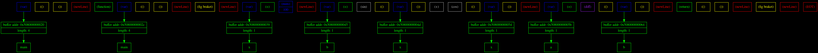
Earlier version of the Graphviz export png_files/tokensDotFile.dot.png (Matvey787/myProgLanguage). Its source is kept beside it as dot_files/tokensDotFile.dot.
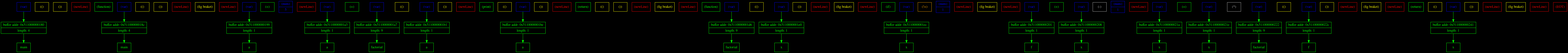
The same diagram one commit later.

Change to the diagram source:
```diff
@@ -18,71 +18,139 @@
 	token_10 [ shape=record, color = red, fontcolor = red, label = "{ (newLine) }" ];
 	token_11 [ shape=record, color = blue, fontcolor = blue, label = "{ (var) }" ];
 	token_12 [ shape=record, color = green, fontcolor = green, label = "{ (=) }" ];
-	token_13 [ shape=record, color = blue, fontcolor = blue, label = "{ (num) | 100 }" ];
+	token_13 [ shape=record, color = blue, fontcolor = blue, label = "{ (num) | 5 }" ];
 	token_14 [ shape=record, color = red, fontcolor = red, label = "{ (newLine) }" ];
 	token_15 [ shape=record, color = blue, fontcolor = blue, label = "{ (var) }" ];
 	token_16 [ shape=record, color = green, fontcolor = green, label = "{ (=) }" ];
-	token_17 [ shape=record, color = grey, fontcolor = grey, label = "{ (sin) }" ];
+	token_17 [ shape=record, color = blue, fontcolor = blue, label = "{ (var) }" ];
 	token_18 [ shape=record, color = yellow, fontcolor = yellow, label = "{ (() }" ];
 	token_19 [ shape=record, color = blue, fontcolor = blue, label = "{ (var) }" ];
 	token_20 [ shape=record, color = yellow, fontcolor = yellow, label = "{ ()) }" ];
-	token_21 [ shape=record, color = grey, fontcolor = grey, label = "{ (+) }" ];
-	token_22 [ shape=record, color = grey, fontcolor = grey, label = "{ (cos) }" ];
+	token_21 [ shape=record, color = red, fontcolor = red, label = "{ (newLine) }" ];
+	token_22 [ shape=record, color = green, fontcolor = green, label = "{ (print) }" ];
 	token_23 [ shape=record, color = yellow, fontcolor = yellow, label = "{ (() }" ];
 	token_24 [ shape=record, color = blue, fontcolor = blue, label = "{ (var) }" ];
 	token_25 [ shape=record, color = yellow, fontcolor = yellow, label = "{ ()) }" ];
 	token_26 [ shape=record, color = red, fontcolor = red, label = "{ (newLine) }" ];
-	token_27 [ shape=record, color = blue, fontcolor = blue, label = "{ (var) }" ];
-	token_28 [ shape=record, color = green, fontcolor = green, label = "{ (=) }" ];
-	token_29 [ shape=record, color = purple, fontcolor = purple, label = "{ (diff) }" ];
-	token_30 [ shape=record, color = yellow, fontcolor = yellow, label = "{ (() }" ];
-	token_31 [ shape=record, color = blue, fontcolor = blue, label = "{ (var) }" ];
-	token_32 [ shape=record, color = yellow, fontcolor = yellow, label = "{ ()) }" ];
-	token_33 [ shape=record, color = red, fontcolor = red, label = "{ (newLine) }" ];
-	token_34 [ shape=record, color = green, fontcolor = green, label = "{ (return) }" ];
+	token_27 [ shape=record, color = green, fontcolor = green, label = "{ (return) }" ];
+	token_28 [ shape=record, color = yellow, fontcolor = yellow, label = "{ (() }" ];
+	token_29 [ shape=record, color = yellow, fontcolor = yellow, label = "{ ()) }" ];
+	token_30 [ shape=record, color = red, fontcolor = red, label = "{ (newLine) }" ];
+	token_31 [ shape=record, color = yellow, fontcolor = yellow, label = "{ (fig braket) }" ];
+	token_32 [ shape=record, color = red, fontcolor = red, label = "{ (newLine) }" ];
+	token_33 [ shape=record, color = green, fontcolor = green, label = "{ (function) }" ];
+	token_34 [ shape=record, color = blue, fontcolor = blue, label = "{ (var) }" ];
 	token_35 [ shape=record, color = yellow, fontcolor = yellow, label = "{ (() }" ];
-	token_36 [ shape=record, color = yellow, fontcolor = yellow, label = "{ ()) }" ];
-	token_37 [ shape=record, color = red, fontcolor = red, label = "{ (newLine) }" ];
-	token_38 [ shape=record, color = yellow, fontcolor = yellow, label = "{ (fig braket) }" ];
-	token_39 [ shape=record, color = red, fontcolor = red, label = "{ (newLine) }" ];
-	token_40 [ shape=record, color = red, fontcolor = red, label = "{ (EOT) }" ];
+	token_36 [ shape=record, color = blue, fontcolor = blue, label = "{ (var) }" ];
+	token_37 [ shape=record, color = yellow, fontcolor = yellow, label = "{ ()) }" ];
+	token_38 [ shape=record, color = red, fontcolor = red, label = "{ (newLine) }" ];
+	token_39 [ shape=record, color = yellow, fontcolor = yellow, label = "{ (fig braket) }" ];
+	token_40 [ shape=record, color = red, fontcolor = red, label = "{ (newLine) }" ];
+	token_41 [ shape=record, color = green, fontcolor = green, label = "{ (if) }" ];
+	token_42 [ shape=record, color = blue, fontcolor = blue, label = "{ (var) }" ];
+	token_43 [ shape=record, color = orange, fontcolor = orange, label = "{ (!=) }" ];
+	token_44 [ shape=record, color = blue, fontcolor = blue, label = "{ (num) | 1 }" ];
+	token_45 [ shape=record, color = red, fontcolor = red, label = "{ (newLine) }" ];
+	token_46 [ shape=record, color = yellow, fontcolor = yellow, label = "{ (fig braket) }" ];
+	token_47 [ shape=record, color = red, fontcolor = red, label = "{ (newLine) }" ];
+	token_48 [ shape=record, color = blue, fontcolor = blue, label = "{ (var) }" ];
+	token_49 [ shape=record, color = green, fontcolor = green, label = "{ (=) }" ];
+	token_50 [ shape=record, color = blue, fontcolor = blue, label = "{ (var) }" ];
+	token_51 [ shape=record, color = grey, fontcolor = grey, label = "{ (-) }" ];
+	token_52 [ shape=record, color = blue, fontcolor = blue, label = "{ (num) | 1 }" ];
+	token_53 [ shape=record, color = red, fontcolor = red, label = "{ (newLine) }" ];
+	token_54 [ shape=record, color = blue, fontcolor = blue, label = "{ (var) }" ];
+	token_55 [ shape=record, color = green, fontcolor = green, label = "{ (=) }" ];
+	token_56 [ shape=record, color = blue, fontcolor = blue, label = "{ (var) }" ];
+	token_57 [ shape=record, color = grey, fontcolor = grey, label = "{ (*) }" ];
+	token_58 [ shape=record, color = blue, fontcolor = blue, label = "{ (var) }" ];
+	token_59 [ shape=record, color = yellow, fontcolor = yellow, label = "{ (() }" ];
+	token_60 [ shape=record, color = blue, fontcolor = blue, label = "{ (var) }" ];
+	token_61 [ shape=record, color = yellow, fontcolor = yellow, label = "{ ()) }" ];
+	token_62 [ shape=record, color = red, fontcolor = red, label = "{ (newLine) }" ];
+	token_63 [ shape=record, color = yellow, fontcolor = yellow, label = "{ (fig braket) }" ];
+	token_64 [ shape=record, color = red, fontcolor = red, label = "{ (newLine) }" ];
+	token_65 [ shape=record, color = green, fontcolor = green, label = "{ (return) }" ];
+	token_66 [ shape=record, color = yellow, fontcolor = yellow, label = "{ (() }" ];
+	token_67 [ shape=record, color = blue, fontcolor = blue, label = "{ (var) }" ];
+	token_68 [ shape=record, color = yellow, fontcolor = yellow, label = "{ ()) }" ];
+	token_69 [ shape=record, color = red, fontcolor = red, label = "{ (newLine) }" ];
+	token_70 [ shape=record, color = yellow, fontcolor = yellow, label = "{ (fig braket) }" ];
+	token_71 [ shape=record, color = red, fontcolor = red, label = "{ (newLine) }" ];
+	token_72 [ shape=record, color = red, fontcolor = red, label = "{ (EOT) }" ];
 }
 {
 	rank=same;
-	tableCell_0x508000000020 [ shape=record, color = green, fontcolor = green, label = "         { buffer addr: 0x508000000020 | length: 4 }" ];
-	tableCell_0x50800000002c [ shape=record, color = green, fontcolor = green, label = "         { buffer addr: 0x50800000002c | length: 4 }" ];
-	tableCell_0x508000000039 [ shape=record, color = green, fontcolor = green, label = "         { buffer addr: 0x508000000039 | length: 1 }" ];
-	tableCell_0x508000000045 [ shape=record, color = green, fontcolor = green, label = "         { buffer addr: 0x508000000045 | length: 1 }" ];
-	tableCell_0x50800000004d [ shape=record, color = green, fontcolor = green, label = "         { buffer addr: 0x50800000004d | length: 1 }" ];
-	tableCell_0x508000000054 [ shape=record, color = green, fontcolor = green, label = "         { buffer addr: 0x508000000054 | length: 1 }" ];
-	tableCell_0x50800000005b [ shape=record, color = green, fontcolor = green, label = "         { buffer addr: 0x50800000005b | length: 1 }" ];
-	tableCell_0x508000000064 [ shape=record, color = green, fontcolor = green, label = "         { buffer addr: 0x508000000064 | length: 1 }" ];
+	tableCell_0x511000000180 [ shape=record, color = green, fontcolor = green, label = "         { buffer addr: 0x511000000180 | length: 4 }" ];
+	tableCell_0x51100000018c [ shape=record, color = green, fontcolor = green, label = "         { buffer addr: 0x51100000018c | length: 4 }" ];
+	tableCell_0x511000000199 [ shape=record, color = green, fontcolor = green, label = "         { buffer addr: 0x511000000199 | length: 1 }" ];
+	tableCell_0x5110000001a3 [ shape=record, color = green, fontcolor = green, label = "         { buffer addr: 0x5110000001a3 | length: 1 }" ];
+	tableCell_0x5110000001a7 [ shape=record, color = green, fontcolor = green, label = "         { buffer addr: 0x5110000001a7 | length: 9 }" ];
+	tableCell_0x5110000001b1 [ shape=record, color = green, fontcolor = green, label = "         { buffer addr: 0x5110000001b1 | length: 1 }" ];
+	tableCell_0x5110000001be [ shape=record, color = green, fontcolor = green, label = "         { buffer addr: 0x5110000001be | length: 1 }" ];
+	tableCell_0x5110000001d6 [ shape=record, color = green, fontcolor = green, label = "         { buffer addr: 0x5110000001d6 | length: 9 }" ];
+	tableCell_0x5110000001e0 [ shape=record, color = green, fontcolor = green, label = "         { buffer addr: 0x5110000001e0 | length: 1 }" ];
+	tableCell_0x5110000001ec [ shape=record, color = green, fontcolor = green, label = "         { buffer addr: 0x5110000001ec | length: 1 }" ];
+	tableCell_0x511000000201 [ shape=record, color = green, fontcolor = green, label = "         { buffer addr: 0x511000000201 | length: 1 }" ];
+	tableCell_0x511000000208 [ shape=record, color = green, fontcolor = green, label = "         { buffer addr: 0x511000000208 | length: 1 }" ];
+	tableCell_0x51100000021a [ shape=record, color = green, fontcolor = green, label = "         { buffer addr: 0x51100000021a | length: 1 }" ];
+	tableCell_0x51100000021e [ shape=record, color = green, fontcolor = green, label = "         { buffer addr: 0x51100000021e | length: 1 }" ];
+	tableCell_0x511000000222 [ shape=record, color = green, fontcolor = green, label = "         { buffer addr: 0x511000000222 | length: 9 }" ];
+	tableCell_0x51100000022c [ shape=record, color = green, fontcolor = green, label = "         { buffer addr: 0x51100000022c | length: 1 }" ];
+	tableCell_0x511000000241 [ shape=record, color = green, fontcolor = green, label = "         { buffer addr: 0x511000000241 | length: 1 }" ];
 }
 {
 	rank=same;
-	openTableCell_0x508000000020 [ shape=record, color = green, fontcolor = green, label = "{ main }" ];
-	openTableCell_0x50800000002c [ shape=record, color = green, fontcolor = green, label = "{ main }" ];
-	openTableCell_0x508000000039 [ shape=record, color = green, fontcolor = green, label = "{ x }" ];
-	openTableCell_0x508000000045 [ shape=record, color = green, fontcolor = green, label = "{ b }" ];
-	openTableCell_0x50800000004d [ shape=record, color = green, fontcolor = green, label = "{ x }" ];
-	openTableCell_0x508000000054 [ shape=record, color = green, fontcolor = green, label = "{ x }" ];
-	openTableCell_0x50800000005b [ shape=record, color = green, fontcolor = green, label = "{ a }" ];
-	openTableCell_0x508000000064 [ shape=record, color = green, fontcolor = green, label = "{ b }" ];
+	openTableCell_0x511000000180 [ shape=record, color = green, fontcolor = green, label = "{ main }" ];
+	openTableCell_0x51100000018c [ shape=record, color = green, fontcolor = green, label = "{ main }" ];
+	openTableCell_0x511000000199 [ shape=record, color = green, fontcolor = green, label = "{ a }" ];
+	openTableCell_0x5110000001a3 [ shape=record, color = green, fontcolor = green, label = "{ a }" ];
+	openTableCell_0x5110000001a7 [ shape=record, color = green, fontcolor = green, label = "{ factorial }" ];
+	openTableCell_0x5110000001b1 [ shape=record, color = green, fontcolor = green, label = "{ a }" ];
+	openTableCell_0x5110000001be [ shape=record, color = green, fontcolor = green, label = "{ a }" ];
+	openTableCell_0x5110000001d6 [ shape=record, color = green, fontcolor = green, label = "{ factorial }" ];
+	openTableCell_0x5110000001e0 [ shape=record, color = green, fontcolor = green, label = "{ x }" ];
+	openTableCell_0x5110000001ec [ shape=record, color = green, fontcolor = green, label = "{ x }" ];
+	openTableCell_0x511000000201 [ shape=record, color = green, fontcolor = green, label = "{ f }" ];
+	openTableCell_0x511000000208 [ shape=record, color = green, fontcolor = green, label = "{ x }" ];
+	openTableCell_0x51100000021a [ shape=record, color = green, fontcolor = green, label = "{ x }" ];
+	openTableCell_0x51100000021e [ shape=record, color = green, fontcolor = green, label = "{ x }" ];
+	openTableCell_0x511000000222 [ shape=record, color = green, fontcolor = green, label = "{ factorial }" ];
+	openTableCell_0x51100000022c [ shape=record, color = green, fontcolor = green, label = "{ f }" ];
+	openTableCell_0x511000000241 [ shape=record, color = green, fontcolor = green, label = "{ x }" ];
 }
-	token_0:s -> tableCell_0x508000000020:n [ color = green; ]
-	token_5:s -> tableCell_0x50800000002c:n [ color = green; ]
-	token_11:s -> tableCell_0x508000000039:n [ color = green; ]
-	token_15:s -> tableCell_0x508000000045:n [ color = green; ]
-	token_19:s -> tableCell_0x50800000004d:n [ color = green; ]
-	token_24:s -> tableCell_0x508000000054:n [ color = green; ]
-	token_27:s -> tableCell_0x50800000005b:n [ color = green; ]
-	token_31:s -> tableCell_0x508000000064:n [ color = green; ]
-	tableCell_0x508000000020:s -> openTableCell_0x508000000020:n [ color = green; ]
-	tableCell_0x50800000002c:s -> openTableCell_0x50800000002c:n [ color = green; ]
-	tableCell_0x508000000039:s -> openTableCell_0x508000000039:n [ color = green; ]
-	tableCell_0x508000000045:s -> openTableCell_0x508000000045:n [ color = green; ]
-	tableCell_0x50800000004d:s -> openTableCell_0x50800000004d:n [ color = green; ]
-	tableCell_0x508000000054:s -> openTableCell_0x508000000054:n [ color = green; ]
-	tableCell_0x50800000005b:s -> openTableCell_0x50800000005b:n [ color = green; ]
-	tableCell_0x508000000064:s -> openTableCell_0x508000000064:n [ color = green; ]
+	token_0:s -> tableCell_0x511000000180:n [ color = green; ]
+	token_5:s -> tableCell_0x51100000018c:n [ color = green; ]
+	token_11:s -> tableCell_0x511000000199:n [ color = green; ]
+	token_15:s -> tableCell_0x5110000001a3:n [ color = green; ]
+	token_17:s -> tableCell_0x5110000001a7:n [ color = green; ]
+	token_19:s -> tableCell_0x5110000001b1:n [ color = green; ]
+	token_24:s -> tableCell_0x5110000001be:n [ color = green; ]
+	token_34:s -> tableCell_0x5110000001d6:n [ color = green; ]
+	token_36:s -> tableCell_0x5110000001e0:n [ color = green; ]
+	token_42:s -> tableCell_0x5110000001ec:n [ color = green; ]
+	token_48:s -> tableCell_0x511000000201:n [ color = green; ]
+	token_50:s -> tableCell_0x511000000208:n [ color = green; ]
+	token_54:s -> tableCell_0x51100000021a:n [ color = green; ]
+	token_56:s -> tableCell_0x51100000021e:n [ color = green; ]
+	token_58:s -> tableCell_0x511000000222:n [ color = green; ]
+	token_60:s -> tableCell_0x51100000022c:n [ color = green; ]
+	token_67:s -> tableCell_0x511000000241:n [ color = green; ]
+	tableCell_0x511000000180:s -> openTableCell_0x511000000180:n [ color = green; ]
+	tableCell_0x51100000018c:s -> openTableCell_0x51100000018c:n [ color = green; ]
+	tableCell_0x511000000199:s -> openTableCell_0x511000000199:n [ color = green; ]
+	tableCell_0x5110000001a3:s -> openTableCell_0x5110000001a3:n [ color = green; ]
+	tableCell_0x5110000001a7:s -> openTableCell_0x5110000001a7:n [ color = green; ]
+	tableCell_0x5110000001b1:s -> openTableCell_0x5110000001b1:n [ color = green; ]
+	tableCell_0x5110000001be:s -> openTableCell_0x5110000001be:n [ color = green; ]
+	tableCell_0x5110000001d6:s -> openTableCell_0x5110000001d6:n [ color = green; ]
+	tableCell_0x5110000001e0:s -> openTableCell_0x5110000001e0:n [ color = green; ]
+	tableCell_0x5110000001ec:s -> openTableCell_0x5110000001ec:n [ color = green; ]
+	tableCell_0x511000000201:s -> openTableCell_0x511000000201:n [ color = green; ]
+	tableCell_0x511000000208:s -> openTableCell_0x511000000208:n [ color = green; ]
+	tableCell_0x51100000021a:s -> openTableCell_0x51100000021a:n [ color = green; ]
+	tableCell_0x51100000021e:s -> openTableCell_0x51100000021e:n [ color = green; ]
+	tableCell_0x511000000222:s -> openTableCell_0x511000000222:n [ color = green; ]
+	tableCell_0x51100000022c:s -> openTableCell_0x51100000022c:n [ color = green; ]
+	tableCell_0x511000000241:s -> openTableCell_0x511000000241:n [ color = green; ]
 }
```
